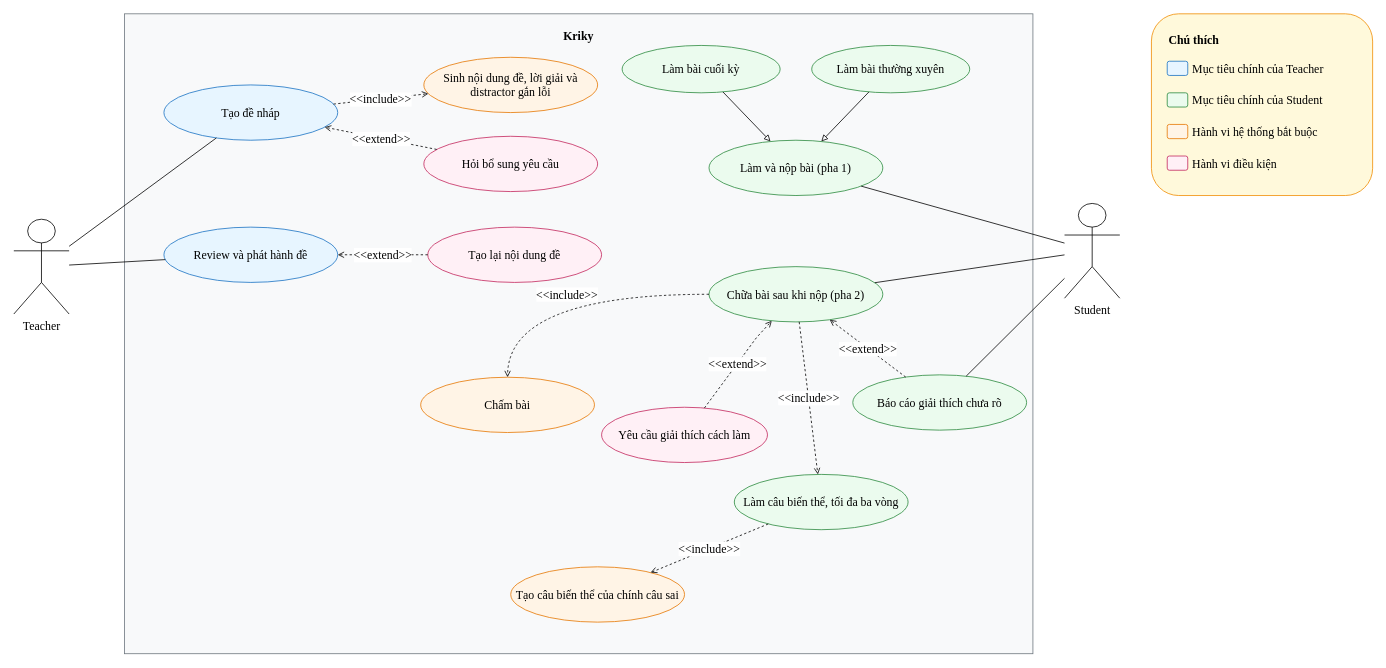
biabeogo147/AI-Assessment-and-Feedback-Assistant keeps this draw.io diagram as docs/diagrams/use-case.drawio. Above is the earlier version. Source tidied: cells renumbered, new cells numbered last; positions are measured from the earlier drawing's top-left corner, leaving out a move shared by most shapes. Both pictures are drawn from the tidied source at 79%, with x=0, y=0 at pixel (13, 13).
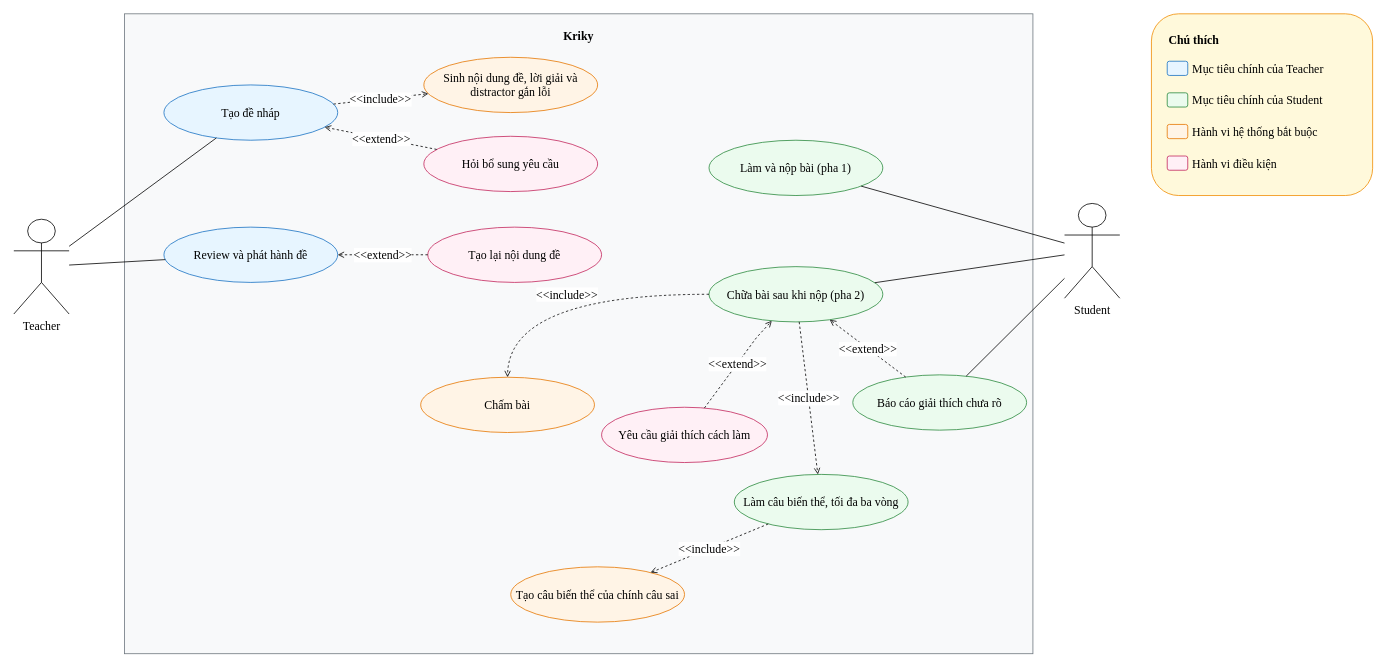
Above is the later version.

The change refers to these unchanged cells:
```xml
<mxCell id="13" value="Làm và nộp bài (pha 1)" style="ellipse;whiteSpace=wrap;html=1;fillColor=#ebfbee;strokeColor=#2b8a3e;fontFamily=Times New Roman;fontSize=15;" parent="1" vertex="1">
  <mxGeometry x="880" y="160" width="220" height="70" as="geometry" />
</mxCell>
```

The edit, as a diff of the source:
```diff
@@
-    <mxCell id="11" value="Làm bài cuối kỳ" style="ellipse;whiteSpace=wrap;html=1;fillColor=#ebfbee;strokeColor=#2b8a3e;fontFamily=Times New Roman;fontSize=15;" parent="1" vertex="1">
-      <mxGeometry x="770" y="40" width="200" height="60" as="geometry" />
-    </mxCell>
-    <mxCell id="12" value="Làm bài thường xuyên" style="ellipse;whiteSpace=wrap;html=1;fillColor=#ebfbee;strokeColor=#2b8a3e;fontFamily=Times New Roman;fontSize=15;" parent="1" vertex="1">
-      <mxGeometry x="1010" y="40" width="200" height="60" as="geometry" />
-    </mxCell>
@@
-    <mxCell id="37" style="endArrow=block;endFill=0;html=1;rounded=0;fontFamily=Times New Roman;fontSize=15;" parent="1" edge="1" source="12" target="13">
-      <mxGeometry relative="1" as="geometry" />
-    </mxCell>
-    <mxCell id="38" style="endArrow=block;endFill=0;html=1;rounded=0;fontFamily=Times New Roman;fontSize=15;" parent="1" edge="1" source="11" target="13">
-      <mxGeometry relative="1" as="geometry" />
-    </mxCell>
```
